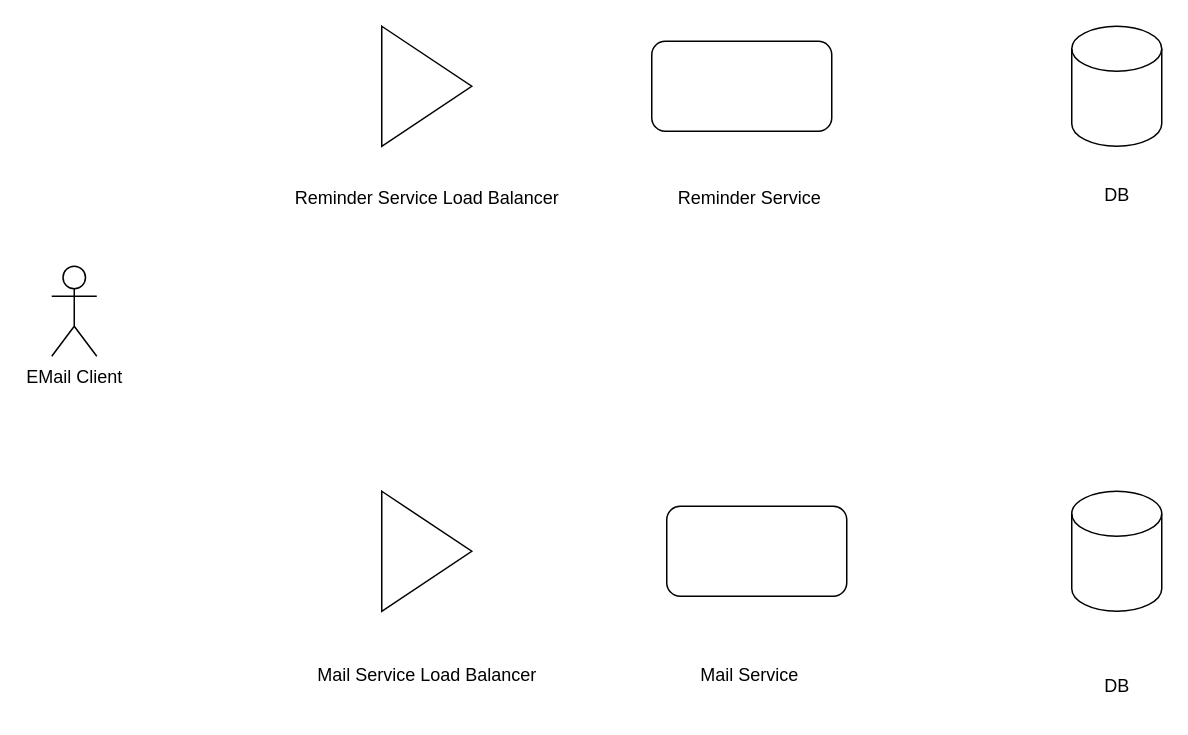
Above: Interview/Personio.drawio in ashwiniadlakha/draw_io (draw.io), before the change. Source tidied: cells renumbered, new cells numbered last; positions are measured from the earlier drawing's top-left corner, leaving out a move shared by most shapes. Both pictures are drawn from the tidied source at 150%, with x=0, y=0 at pixel (51, 26).
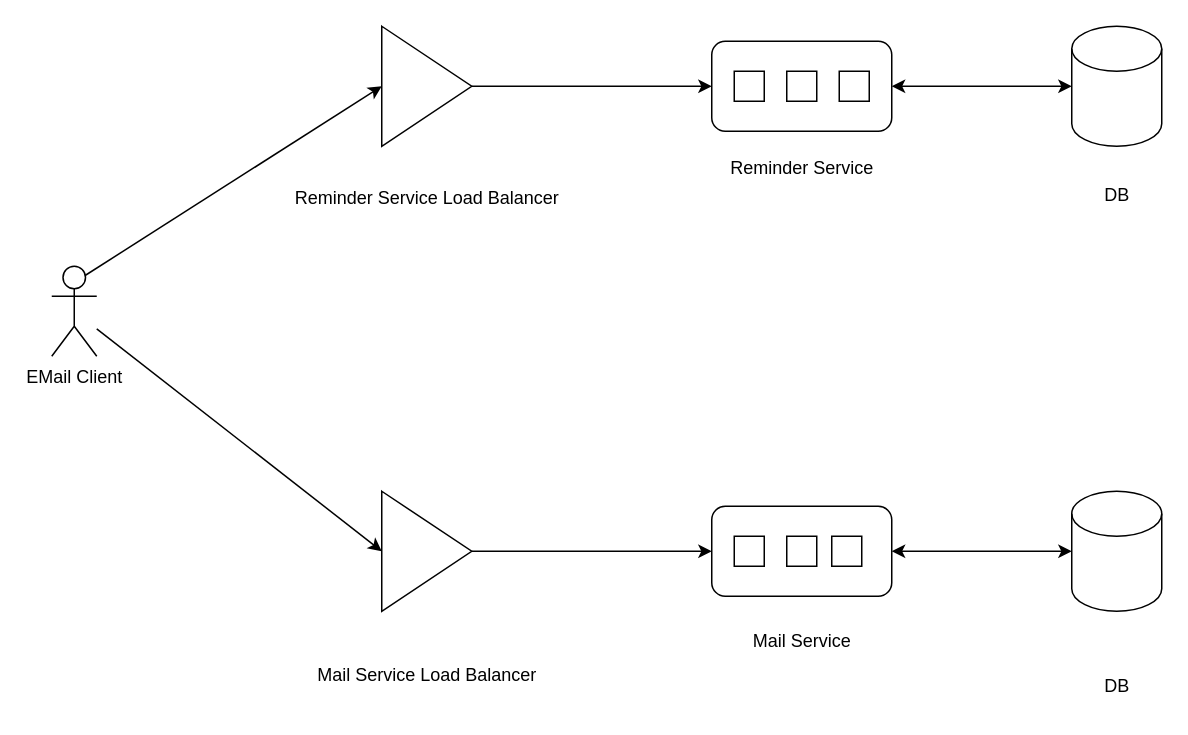
After the change.

Unchanged cells that the change refers to:
```xml
<mxCell id="2" value="EMail Client" style="shape=umlActor;verticalLabelPosition=bottom;verticalAlign=top;html=1;outlineConnect=0;" parent="1" vertex="1">
  <mxGeometry y="160" width="30" height="60" as="geometry" />
</mxCell>
<mxCell id="3" style="triangle;whiteSpace=wrap;html=1;" parent="1" vertex="1">
  <mxGeometry x="220" width="60" height="80" as="geometry" />
</mxCell>
<mxCell id="5" style="triangle;whiteSpace=wrap;html=1;" parent="1" vertex="1">
  <mxGeometry x="220" y="310" width="60" height="80" as="geometry" />
</mxCell>
<mxCell id="9" style="shape=cylinder3;whiteSpace=wrap;html=1;boundedLbl=1;backgroundOutline=1;size=15;" parent="1" vertex="1">
  <mxGeometry x="680" width="60" height="80" as="geometry" />
</mxCell>
<mxCell id="10" style="shape=cylinder3;whiteSpace=wrap;html=1;boundedLbl=1;backgroundOutline=1;size=15;" parent="1" vertex="1">
  <mxGeometry x="680" y="310" width="60" height="80" as="geometry" />
</mxCell>
```

What changed in the source:
```diff
@@
     <mxCell id="7" style="rounded=1;whiteSpace=wrap;html=1;" parent="1" vertex="1">
-      <mxGeometry x="400" y="10" width="120" height="60" as="geometry" />
+      <mxGeometry x="440" y="10" width="120" height="60" as="geometry" />
     </mxCell>
     <mxCell id="8" style="rounded=1;whiteSpace=wrap;html=1;" parent="1" vertex="1">
-      <mxGeometry x="410" y="320" width="120" height="60" as="geometry" />
+      <mxGeometry x="440" y="320" width="120" height="60" as="geometry" />
     </mxCell>
@@
     <mxCell id="11" value="Reminder Service" style="text;html=1;align=center;verticalAlign=middle;strokeColor=none;fillColor=none;" parent="1" vertex="1">
-      <mxGeometry x="405" y="100" width="120" height="30" as="geometry" />
+      <mxGeometry x="440" y="80" width="120" height="30" as="geometry" />
     </mxCell>
     <mxCell id="12" value="Mail Service" style="text;html=1;align=center;verticalAlign=middle;strokeColor=none;fillColor=none;" parent="1" vertex="1">
-      <mxGeometry x="420" y="418" width="90" height="30" as="geometry" />
+      <mxGeometry x="455" y="395" width="90" height="30" as="geometry" />
     </mxCell>
@@
+    <mxCell id="15" style="endArrow=classic;html=1;rounded=0;exitX=0.75;exitY=0.1;exitDx=0;exitDy=0;exitPerimeter=0;entryX=0;entryY=0.5;entryDx=0;entryDy=0;" parent="1" edge="1" source="2" target="3">
+      <mxGeometry relative="1" as="geometry" />
+    </mxCell>
+    <mxCell id="16" style="endArrow=classic;html=1;rounded=0;entryX=0;entryY=0.5;entryDx=0;entryDy=0;" parent="1" edge="1" source="2" target="5">
+      <mxGeometry relative="1" as="geometry" />
+    </mxCell>
+    <mxCell id="17" style="endArrow=classic;html=1;rounded=0;exitX=1;exitY=0.5;exitDx=0;exitDy=0;entryX=0;entryY=0.5;entryDx=0;entryDy=0;" parent="1" edge="1" source="3" target="7">
+      <mxGeometry relative="1" as="geometry" />
+    </mxCell>
+    <mxCell id="18" style="endArrow=classic;html=1;rounded=0;exitX=1;exitY=0.5;exitDx=0;exitDy=0;entryX=0;entryY=0.5;entryDx=0;entryDy=0;" parent="1" edge="1" source="5" target="8">
+      <mxGeometry relative="1" as="geometry" />
+    </mxCell>
+    <mxCell id="19" style="endArrow=classic;startArrow=classic;html=1;rounded=0;entryX=0;entryY=0.5;entryDx=0;entryDy=0;entryPerimeter=0;exitX=1;exitY=0.5;exitDx=0;exitDy=0;" parent="1" edge="1" source="7" target="9">
+      <mxGeometry relative="1" as="geometry" />
+    </mxCell>
+    <mxCell id="20" style="endArrow=classic;startArrow=classic;html=1;rounded=0;entryX=0;entryY=0.5;entryDx=0;entryDy=0;entryPerimeter=0;exitX=1;exitY=0.5;exitDx=0;exitDy=0;" parent="1" edge="1" source="8" target="10">
+      <mxGeometry relative="1" as="geometry" />
+    </mxCell>
+    <mxCell id="21" style="whiteSpace=wrap;html=1;" parent="1" vertex="1">
+      <mxGeometry x="455" y="340" width="20" height="20" as="geometry" />
+    </mxCell>
+    <mxCell id="22" style="whiteSpace=wrap;html=1;" parent="1" vertex="1">
+      <mxGeometry x="490" y="340" width="20" height="20" as="geometry" />
+    </mxCell>
+    <mxCell id="23" style="whiteSpace=wrap;html=1;" parent="1" vertex="1">
+      <mxGeometry x="520" y="340" width="20" height="20" as="geometry" />
+    </mxCell>
+    <mxCell id="24" style="whiteSpace=wrap;html=1;" parent="1" vertex="1">
+      <mxGeometry x="455" y="30" width="20" height="20" as="geometry" />
+    </mxCell>
+    <mxCell id="25" style="whiteSpace=wrap;html=1;" parent="1" vertex="1">
+      <mxGeometry x="490" y="30" width="20" height="20" as="geometry" />
+    </mxCell>
+    <mxCell id="26" style="whiteSpace=wrap;html=1;" parent="1" vertex="1">
+      <mxGeometry x="525" y="30" width="20" height="20" as="geometry" />
+    </mxCell>
```
